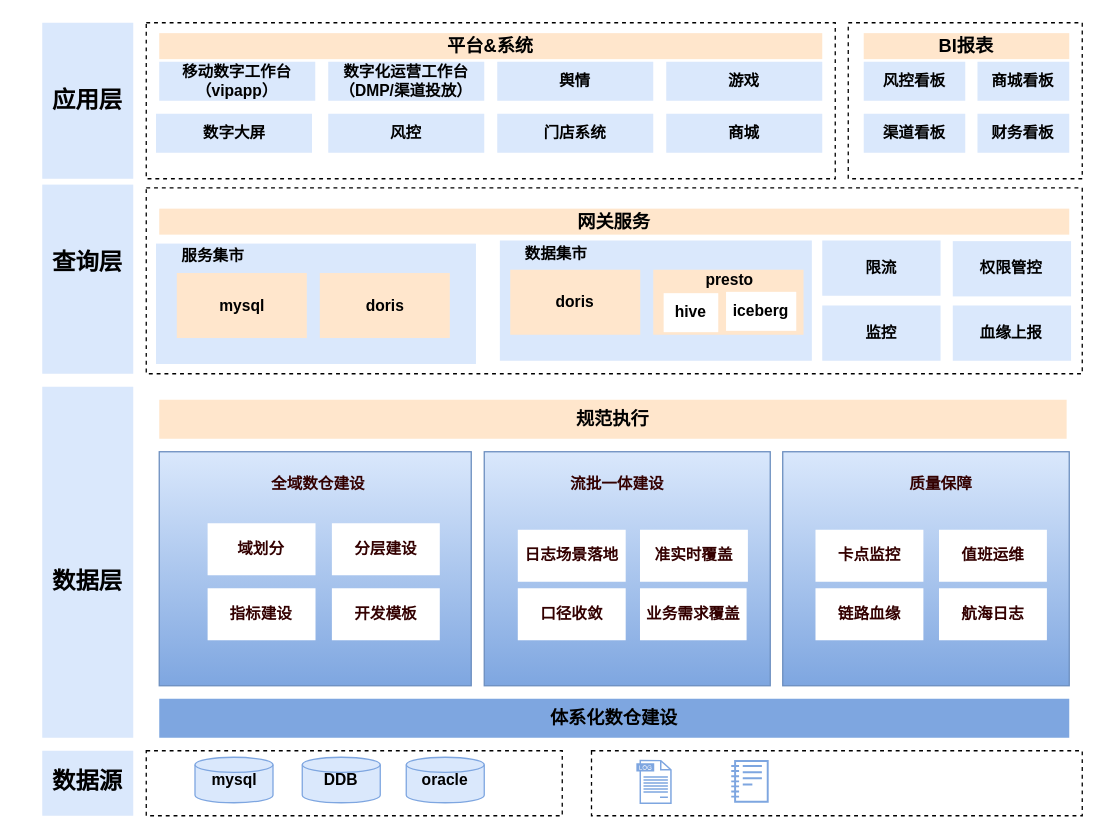
Earlier version of the draw.io diagram 流量模型设计.drawio (mineminemine123/work-wiki). Source tidied: cells renumbered, new cells numbered last; positions are measured from the earlier drawing's top-left corner, leaving out a move shared by most shapes. Both pictures are drawn from the tidied source at 130%, with x=0, y=0 at pixel (22, 22).
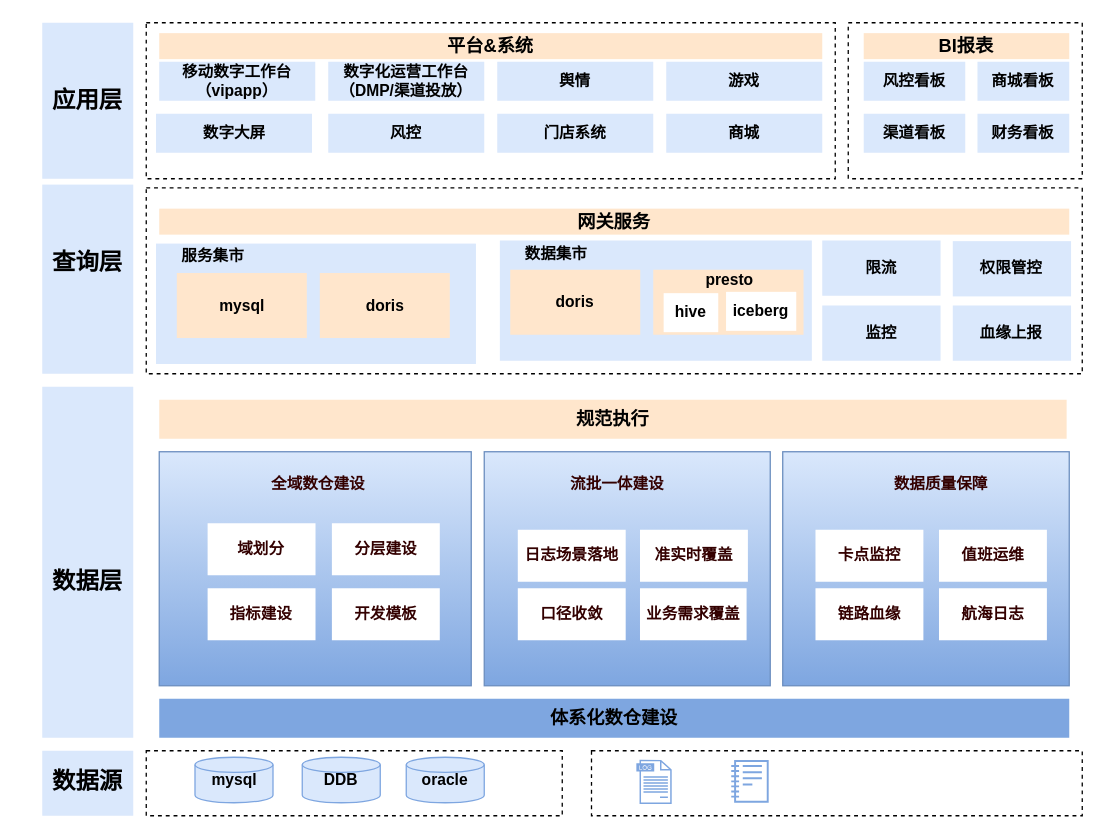
The same page after the edit.

Commit message:
更新流量模型设计.drawio

Change to the diagram source:
```diff
@@
-    <mxCell id="48" value="质量保障" style="text;html=1;strokeColor=none;fillColor=none;align=center;verticalAlign=middle;whiteSpace=wrap;rounded=0;fontFamily=微软雅黑;fontColor=#330000;fontStyle=1;" parent="1" vertex="1">
+    <mxCell id="48" value="数据质量保障" style="text;html=1;strokeColor=none;fillColor=none;align=center;verticalAlign=middle;whiteSpace=wrap;rounded=0;fontFamily=微软雅黑;fontColor=#330000;fontStyle=1;" parent="1" vertex="1">
       <mxGeometry x="655.4" y="340" width="103" height="30" as="geometry" />
     </mxCell>
```
